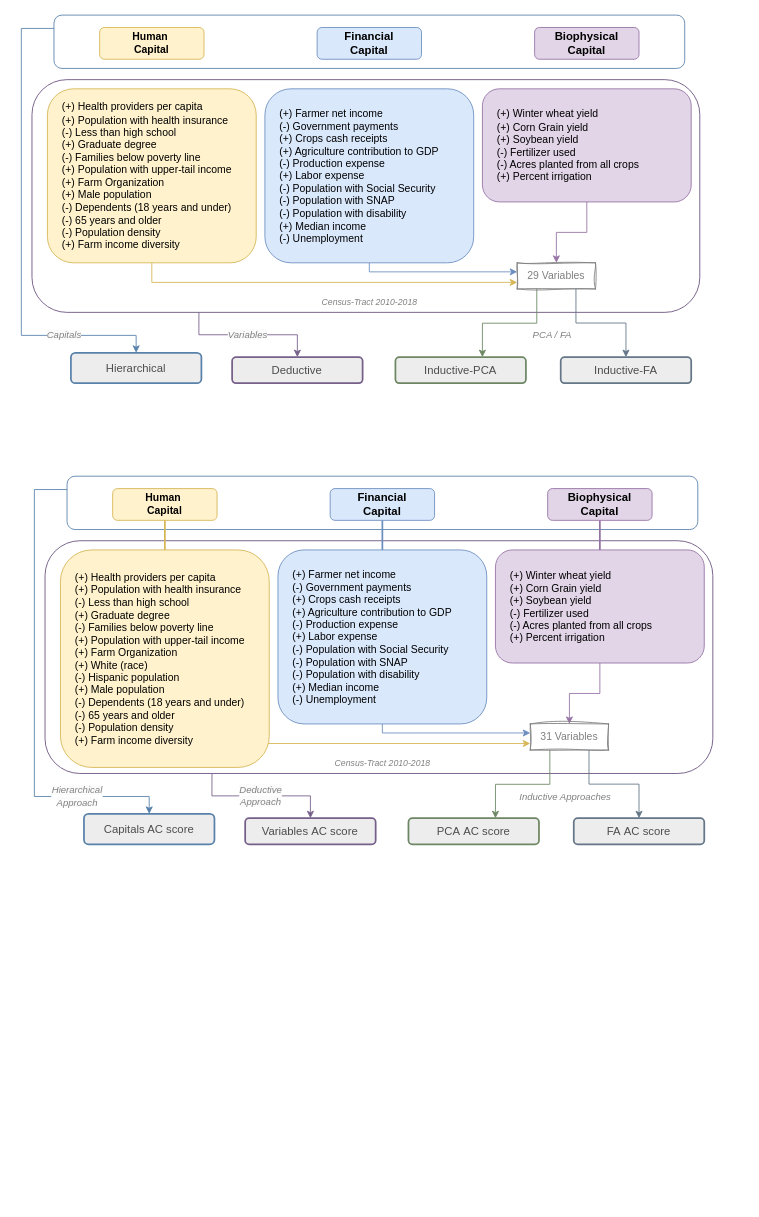
Before: ACIndicatorSelectionFrameworkSummer2024.drawio in dealchre/gradDrawio, a draw.io diagram. Source tidied: cells renumbered, new cells numbered last; positions are measured from the earlier drawing's top-left corner, leaving out a move shared by most shapes. Both pictures are drawn from the tidied source at 87%, with x=0, y=0 at pixel (21, -274).
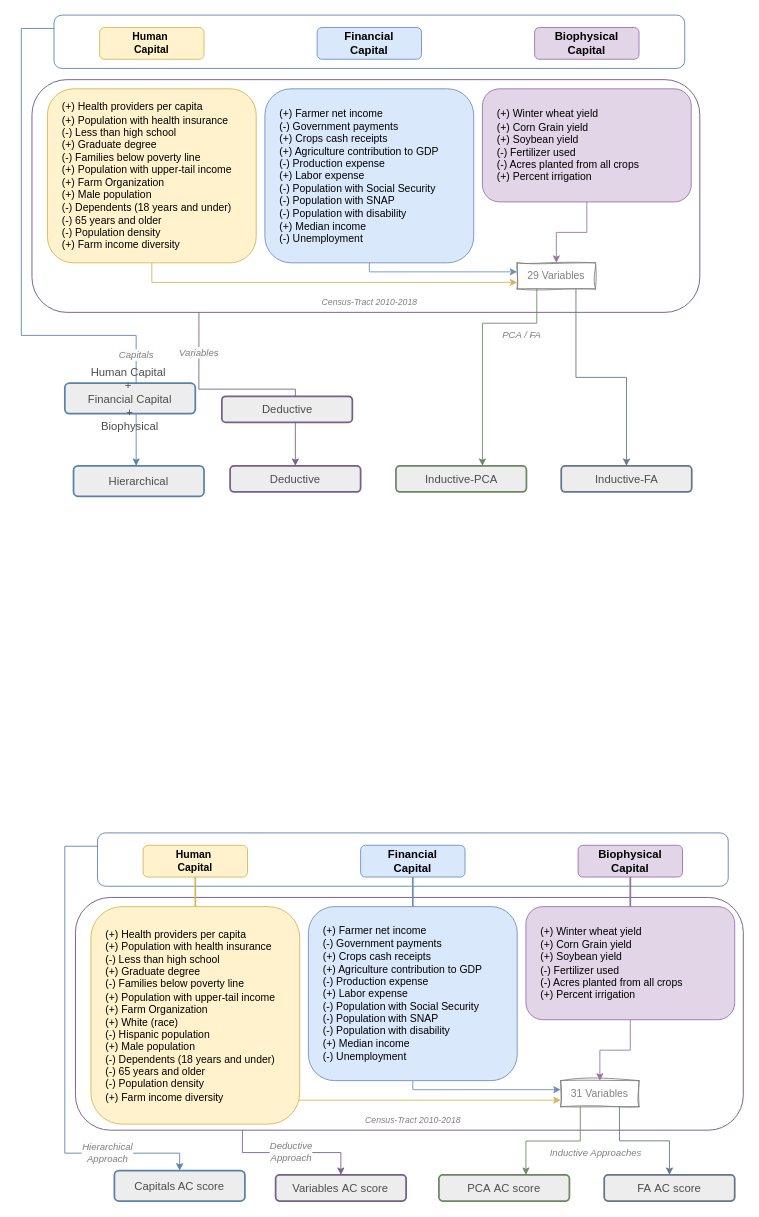
Above is the later version.

Unchanged cells that the change refers to:
```xml
<mxCell id="6" style="rounded=1;whiteSpace=wrap;html=1;fontSize=13;labelBorderColor=default;labelBackgroundColor=none;fillColor=none;strokeColor=#76608A;rotation=90;fontColor=#333333;strokeWidth=1.1;" parent="1" vertex="1">
  <mxGeometry x="262.3" y="156" width="267.5" height="767.6" as="geometry" />
</mxCell>
```

Change to the diagram source:
```diff
@@
     <mxCell id="2" value="&lt;font style=&quot;font-size: 13px;&quot;&gt;Hierarchical&lt;/font&gt;" style="text;html=1;strokeColor=#5982AB;fillColor=#EDEDED;align=center;verticalAlign=middle;whiteSpace=wrap;rounded=1;fontSize=12;fontColor=#4D4D4D;fontFamily=Helvetica;labelBorderColor=none;labelBackgroundColor=none;strokeWidth=2;" parent="1" vertex="1">
-      <mxGeometry x="57" y="720" width="150" height="35" as="geometry" />
+      <mxGeometry x="60" y="850" width="150" height="35" as="geometry" />
     </mxCell>
     <mxCell id="3" value="&lt;span style=&quot;font-size: 13px;&quot;&gt;Inductive-PCA&lt;/span&gt;" style="text;html=1;strokeColor=#6D8764;fillColor=#EDEDED;align=center;verticalAlign=middle;whiteSpace=wrap;rounded=1;glass=0;shadow=0;fontColor=#4D4D4D;strokeWidth=2;" parent="1" vertex="1">
-      <mxGeometry x="430" y="725" width="150" height="30" as="geometry" />
+      <mxGeometry x="430.6" y="850" width="150" height="30" as="geometry" />
     </mxCell>
     <mxCell id="4" value="&lt;span style=&quot;font-size: 13px;&quot;&gt;Inductive-FA&lt;/span&gt;" style="text;html=1;strokeColor=#647687;fillColor=#EDEDED;align=center;verticalAlign=middle;whiteSpace=wrap;rounded=1;glass=0;shadow=0;fontColor=#4D4D4D;strokeWidth=2;" parent="1" vertex="1">
-      <mxGeometry x="620" y="725" width="150" height="30" as="geometry" />
+      <mxGeometry x="620.6" y="850" width="150" height="30" as="geometry" />
     </mxCell>
     <mxCell id="5" value="&lt;span style=&quot;font-family: Helvetica; font-variant-ligatures: normal; font-variant-caps: normal; font-weight: 400; letter-spacing: normal; orphans: 2; text-align: center; text-indent: 0px; text-transform: none; widows: 2; word-spacing: 0px; -webkit-text-stroke-width: 0px; white-space: normal; background-color: rgb(251, 251, 251); text-decoration-thickness: initial; text-decoration-style: initial; text-decoration-color: initial; float: none; display: inline !important;&quot;&gt;&lt;font style=&quot;font-size: 11px;&quot;&gt;&lt;i&gt;Variables&lt;/i&gt;&lt;/font&gt;&lt;/span&gt;" style="edgeStyle=orthogonalEdgeStyle;rounded=0;jettySize=auto;html=1;exitX=1;exitY=0.75;exitDx=0;exitDy=0;entryX=0.5;entryY=0;entryDx=0;entryDy=0;strokeColor=#76608A;fontColor=#808080;" parent="1" edge="1" source="6" target="21">
-      <mxGeometry relative="1" as="geometry" />
+      <mxGeometry x="-0.68" relative="1" as="geometry" />
     </mxCell>
@@
     <mxCell id="21" value="&lt;font style=&quot;font-size: 13px;&quot;&gt;Deductive&lt;/font&gt;" style="text;html=1;strokeColor=#76608A;fillColor=#EDEDED;align=center;verticalAlign=middle;whiteSpace=wrap;rounded=1;fontSize=12;fontColor=#4D4D4D;strokeWidth=2;labelBorderColor=none;labelBackgroundColor=none;" parent="1" vertex="1">
-      <mxGeometry x="242.3" y="725" width="150" height="30" as="geometry" />
+      <mxGeometry x="240" y="850" width="150" height="30" as="geometry" />
     </mxCell>
@@
     <mxCell id="23" value="&lt;font style=&quot;font-size: 13px;&quot;&gt;Capitals AC score&lt;/font&gt;" style="text;html=1;strokeColor=#5982AB;fillColor=#EDEDED;align=center;verticalAlign=middle;whiteSpace=wrap;rounded=1;fontSize=12;fontColor=#4D4D4D;fontFamily=Helvetica;labelBorderColor=none;labelBackgroundColor=none;strokeWidth=2;" parent="1" vertex="1">
-      <mxGeometry x="72" y="1250" width="150" height="35" as="geometry" />
+      <mxGeometry x="107" y="1660" width="150" height="35" as="geometry" />
     </mxCell>
     <mxCell id="24" value="&lt;font style=&quot;font-size: 13px;&quot;&gt;&lt;font style=&quot;font-size: 13px;&quot;&gt;PCA&amp;nbsp;&lt;/font&gt;&lt;span style=&quot;&quot;&gt;AC score&lt;/span&gt;&lt;/font&gt;" style="text;html=1;strokeColor=#6D8764;fillColor=#EDEDED;align=center;verticalAlign=middle;whiteSpace=wrap;rounded=1;glass=0;shadow=0;fontColor=#4D4D4D;strokeWidth=2;" parent="1" vertex="1">
-      <mxGeometry x="445" y="1255" width="150" height="30" as="geometry" />
+      <mxGeometry x="480" y="1665" width="150" height="30" as="geometry" />
     </mxCell>
     <mxCell id="25" value="&lt;font style=&quot;font-size: 13px;&quot;&gt;&lt;font style=&quot;font-size: 13px;&quot;&gt;FA&amp;nbsp;&lt;/font&gt;&lt;span style=&quot;&quot;&gt;AC score&lt;/span&gt;&lt;/font&gt;" style="text;html=1;strokeColor=#647687;fillColor=#EDEDED;align=center;verticalAlign=middle;whiteSpace=wrap;rounded=1;glass=0;shadow=0;fontColor=#4D4D4D;strokeWidth=2;" parent="1" vertex="1">
-      <mxGeometry x="635" y="1255" width="150" height="30" as="geometry" />
+      <mxGeometry x="670" y="1665" width="150" height="30" as="geometry" />
     </mxCell>
@@
     <mxCell id="27" style="rounded=1;whiteSpace=wrap;html=1;fontSize=13;labelBorderColor=default;labelBackgroundColor=none;fillColor=none;strokeColor=#76608A;rotation=90;fontColor=#333333;strokeWidth=1.1;" parent="1" vertex="1">
-      <mxGeometry x="277.3" y="686" width="267.5" height="767.6" as="geometry" />
+      <mxGeometry x="312.3" y="1096" width="267.5" height="767.6" as="geometry" />
     </mxCell>
     <mxCell id="28" style="edgeStyle=orthogonalEdgeStyle;rounded=0;jettySize=auto;html=1;exitX=0.995;exitY=0.832;exitDx=0;exitDy=0;strokeColor=#d6b656;exitPerimeter=0;fillColor=#fff2cc;entryX=0;entryY=0.75;entryDx=0;entryDy=0;" parent="1" edge="1" target="43">
       <mxGeometry relative="1" as="geometry">
-        <mxPoint x="282.8" y="1162.8" as="sourcePoint" />
+        <mxPoint x="317.8" y="1572.8" as="sourcePoint" />
         <Array as="points">
-          <mxPoint x="274" y="1163.1" />
-          <mxPoint x="274" y="1169.1" />
+          <mxPoint x="309" y="1573.1" />
+          <mxPoint x="309" y="1579.1" />
         </Array>
       </mxGeometry>
     </mxCell>
     <mxCell id="29" value="&lt;div style=&quot;&quot;&gt;&lt;span style=&quot;background-color: initial;&quot;&gt;(+) Health providers per capita&lt;/span&gt;&lt;/div&gt;&lt;span style=&quot;background-color: initial;&quot;&gt;&lt;div style=&quot;&quot;&gt;&lt;span style=&quot;background-color: initial;&quot;&gt;(+) Population with health insurance&lt;/span&gt;&lt;/div&gt;&lt;/span&gt;&lt;span style=&quot;background-color: initial;&quot;&gt;&lt;div style=&quot;&quot;&gt;&lt;span style=&quot;background-color: initial;&quot;&gt;(-) Less than high school&lt;/span&gt;&lt;/div&gt;&lt;/span&gt;&lt;span style=&quot;background-color: initial;&quot;&gt;&lt;div style=&quot;&quot;&gt;&lt;span style=&quot;background-color: initial;&quot;&gt;(+) Graduate degree&lt;/span&gt;&lt;/div&gt;&lt;/span&gt;&lt;span style=&quot;background-color: initial;&quot;&gt;&lt;div style=&quot;&quot;&gt;&lt;span style=&quot;background-color: initial;&quot;&gt;(-) Families below poverty line&lt;/span&gt;&lt;/div&gt;&lt;/span&gt;&lt;span style=&quot;background-color: initial;&quot;&gt;&lt;div style=&quot;&quot;&gt;&lt;span style=&quot;background-color: initial;&quot;&gt;(+) Population with upper-tail income&lt;/span&gt;&lt;/div&gt;&lt;div style=&quot;&quot;&gt;(+) Farm Organization&lt;span style=&quot;background-color: initial;&quot;&gt;&lt;br&gt;&lt;/span&gt;&lt;/div&gt;&lt;/span&gt;&lt;span style=&quot;background-color: initial;&quot;&gt;&lt;div style=&quot;&quot;&gt;&lt;span style=&quot;background-color: initial;&quot;&gt;(+) White (race)&lt;/span&gt;&lt;/div&gt;&lt;/span&gt;&lt;span style=&quot;background-color: initial;&quot;&gt;&lt;div style=&quot;&quot;&gt;&lt;span style=&quot;background-color: initial;&quot;&gt;(-) Hispanic population&lt;/span&gt;&lt;/div&gt;&lt;/span&gt;&lt;span style=&quot;background-color: initial;&quot;&gt;&lt;div style=&quot;&quot;&gt;&lt;span style=&quot;background-color: initial;&quot;&gt;(+) Male population&lt;/span&gt;&lt;/div&gt;&lt;/span&gt;&lt;span style=&quot;background-color: initial;&quot;&gt;&lt;div style=&quot;&quot;&gt;&lt;span style=&quot;background-color: initial;&quot;&gt;(-) Dependents (18 years and under)&lt;/span&gt;&lt;/div&gt;&lt;/span&gt;&lt;span style=&quot;background-color: initial;&quot;&gt;&lt;div style=&quot;&quot;&gt;&lt;span style=&quot;background-color: initial;&quot;&gt;(-) 65 years and older&lt;/span&gt;&lt;/div&gt;&lt;/span&gt;&lt;span style=&quot;background-color: initial;&quot;&gt;&lt;div style=&quot;&quot;&gt;&lt;span style=&quot;background-color: initial;&quot;&gt;(-) Population density&lt;/span&gt;&lt;/div&gt;&lt;/span&gt;&lt;span style=&quot;background-color: initial;&quot;&gt;&lt;div style=&quot;&quot;&gt;&lt;span style=&quot;background-color: initial;&quot;&gt;(+) Farm income diversity&amp;nbsp;&lt;/span&gt;&lt;/div&gt;&lt;/span&gt;" style="whiteSpace=wrap;html=1;rounded=1;fillColor=#fff2cc;strokeColor=#d6b656;align=left;spacingLeft=15;" parent="1" vertex="1">
-      <mxGeometry x="45" y="946.6" width="240" height="250" as="geometry" />
+      <mxGeometry x="80" y="1356.6" width="240" height="250" as="geometry" />
     </mxCell>
     <mxCell id="30" style="edgeStyle=orthogonalEdgeStyle;rounded=0;jettySize=auto;html=1;entryX=0;entryY=0.346;entryDx=0;entryDy=0;strokeColor=#6c8ebf;exitX=0.5;exitY=1;exitDx=0;exitDy=0;fillColor=#dae8fc;entryPerimeter=0;" parent="1" edge="1" source="31" target="43">
       <mxGeometry relative="1" as="geometry">
         <Array as="points">
-          <mxPoint x="415" y="1156.1" />
-          <mxPoint x="585" y="1156.1" />
+          <mxPoint x="450" y="1566.1" />
+          <mxPoint x="620" y="1566.1" />
         </Array>
       </mxGeometry>
     </mxCell>
     <mxCell id="31" value="&lt;div style=&quot;&quot;&gt;&lt;span style=&quot;background-color: initial;&quot;&gt;(+) Farmer net income&lt;/span&gt;&lt;/div&gt;&lt;span style=&quot;background-color: initial;&quot;&gt;&lt;div style=&quot;&quot;&gt;&lt;span style=&quot;background-color: initial;&quot;&gt;(-) Government payments&lt;/span&gt;&lt;/div&gt;&lt;/span&gt;&lt;span style=&quot;background-color: initial;&quot;&gt;&lt;div style=&quot;&quot;&gt;&lt;span style=&quot;background-color: initial;&quot;&gt;(+) Crops cash receipts&lt;/span&gt;&lt;/div&gt;&lt;/span&gt;&lt;span style=&quot;background-color: initial;&quot;&gt;&lt;div style=&quot;&quot;&gt;&lt;span style=&quot;background-color: initial;&quot;&gt;(+) Agriculture contribution to GDP&lt;/span&gt;&lt;/div&gt;&lt;/span&gt;&lt;span style=&quot;background-color: initial;&quot;&gt;&lt;div style=&quot;&quot;&gt;&lt;span style=&quot;background-color: initial;&quot;&gt;(-) Production expense&lt;/span&gt;&lt;/div&gt;&lt;/span&gt;&lt;span style=&quot;background-color: initial;&quot;&gt;&lt;div style=&quot;&quot;&gt;&lt;span style=&quot;background-color: initial;&quot;&gt;(+) Labor expense&lt;/span&gt;&lt;/div&gt;&lt;/span&gt;&lt;span style=&quot;background-color: initial;&quot;&gt;&lt;div style=&quot;&quot;&gt;&lt;span style=&quot;background-color: initial;&quot;&gt;(-) Population with Social Security&lt;/span&gt;&lt;/div&gt;&lt;/span&gt;&lt;span style=&quot;background-color: initial;&quot;&gt;&lt;div style=&quot;&quot;&gt;&lt;span style=&quot;background-color: initial;&quot;&gt;(-) Population with SNAP&lt;/span&gt;&lt;/div&gt;&lt;/span&gt;&lt;span style=&quot;background-color: initial;&quot;&gt;&lt;div style=&quot;&quot;&gt;&lt;span style=&quot;background-color: initial;&quot;&gt;(-) Population with disability&lt;/span&gt;&lt;/div&gt;&lt;/span&gt;&lt;span style=&quot;background-color: initial;&quot;&gt;&lt;div style=&quot;&quot;&gt;&lt;span style=&quot;background-color: initial;&quot;&gt;(+) Median income&lt;/span&gt;&lt;/div&gt;&lt;/span&gt;&lt;span style=&quot;background-color: initial;&quot;&gt;&lt;div style=&quot;&quot;&gt;&lt;span style=&quot;background-color: initial;&quot;&gt;(-) Unemployment&lt;/span&gt;&lt;/div&gt;&lt;/span&gt;" style="whiteSpace=wrap;html=1;rounded=1;fillColor=#dae8fc;strokeColor=#6c8ebf;align=left;spacingLeft=15;" parent="1" vertex="1">
-      <mxGeometry x="295" y="946.6" width="240" height="200" as="geometry" />
+      <mxGeometry x="330" y="1356.6" width="240" height="200" as="geometry" />
     </mxCell>
     <mxCell id="32" value="&lt;i style=&quot;forced-color-adjust: none; font-family: Helvetica; font-variant-ligatures: normal; font-variant-caps: normal; font-weight: 400; letter-spacing: normal; orphans: 2; text-align: center; text-indent: 0px; text-transform: none; widows: 2; word-spacing: 0px; -webkit-text-stroke-width: 0px; white-space: normal; background-color: rgb(251, 251, 251); text-decoration-thickness: initial; text-decoration-style: initial; text-decoration-color: initial;&quot;&gt;Hierarchical Approach&lt;/i&gt;" style="edgeStyle=orthogonalEdgeStyle;rounded=0;jettySize=auto;html=1;exitX=0.25;exitY=1;exitDx=0;exitDy=0;strokeColor=#5982AB;fontColor=#808080;" parent="1" edge="1" source="33" target="23">
       <mxGeometry x="0.62" relative="1" as="geometry">
         <Array as="points">
-          <mxPoint x="15" y="877" />
-          <mxPoint x="15" y="1230" />
-          <mxPoint x="147" y="1230" />
+          <mxPoint x="50" y="1287" />
+          <mxPoint x="50" y="1640" />
+          <mxPoint x="182" y="1640" />
         </Array>
       </mxGeometry>
     </mxCell>
     <mxCell id="33" style="rounded=1;whiteSpace=wrap;html=1;labelBackgroundColor=none;labelBorderColor=default;strokeColor=#5982AB;fontSize=13;fillColor=none;gradientColor=default;rotation=90;" parent="1" vertex="1">
-      <mxGeometry x="384.4" y="530" width="61.3" height="725" as="geometry" />
+      <mxGeometry x="419.4" y="940" width="61.3" height="725" as="geometry" />
     </mxCell>
@@
     <mxCell id="35" value="&lt;div style=&quot;&quot;&gt;&lt;span style=&quot;background-color: initial;&quot;&gt;(+) Winter wheat yield&lt;/span&gt;&lt;/div&gt;&lt;span style=&quot;background-color: initial;&quot;&gt;&lt;div style=&quot;&quot;&gt;&lt;span style=&quot;background-color: initial;&quot;&gt;(+) Corn Grain yield&lt;/span&gt;&lt;/div&gt;&lt;/span&gt;&lt;span style=&quot;background-color: initial;&quot;&gt;&lt;div style=&quot;&quot;&gt;&lt;span style=&quot;background-color: initial;&quot;&gt;(+) Soybean yield&lt;/span&gt;&lt;/div&gt;&lt;/span&gt;&lt;span style=&quot;background-color: initial;&quot;&gt;&lt;div style=&quot;&quot;&gt;&lt;span style=&quot;background-color: initial;&quot;&gt;(-) Fertilizer used&lt;/span&gt;&lt;/div&gt;&lt;/span&gt;&lt;span style=&quot;background-color: initial;&quot;&gt;&lt;div style=&quot;&quot;&gt;&lt;span style=&quot;background-color: initial;&quot;&gt;(-) Acres planted from all crops&lt;/span&gt;&lt;/div&gt;&lt;/span&gt;&lt;span style=&quot;background-color: initial;&quot;&gt;&lt;div style=&quot;&quot;&gt;&lt;span style=&quot;background-color: initial;&quot;&gt;(+) Percent irrigation&lt;/span&gt;&lt;/div&gt;&lt;/span&gt;" style="html=1;rounded=1;fillColor=#e1d5e7;strokeColor=#9673a6;align=left;horizontal=1;whiteSpace=wrap;spacingLeft=15;" parent="1" vertex="1">
-      <mxGeometry x="545" y="946.6" width="240" height="130" as="geometry" />
+      <mxGeometry x="580" y="1356.6" width="240" height="130" as="geometry" />
     </mxCell>
@@
     <mxCell id="37" value="&lt;b&gt;Human&amp;nbsp;&lt;/b&gt;&lt;div&gt;&lt;b&gt;Capital&lt;/b&gt;&lt;/div&gt;" style="whiteSpace=wrap;html=1;fillColor=#fff2cc;strokeColor=#d6b656;rounded=1;" parent="1" vertex="1">
-      <mxGeometry x="105" y="876.1" width="120" height="36.5" as="geometry" />
+      <mxGeometry x="140" y="1286.1" width="120" height="36.5" as="geometry" />
     </mxCell>
@@
     <mxCell id="39" value="&lt;b&gt;&lt;font style=&quot;font-size: 13px;&quot;&gt;Financial&lt;/font&gt;&lt;/b&gt;&lt;div&gt;&lt;b&gt;&lt;font style=&quot;font-size: 13px;&quot;&gt;Capital&lt;/font&gt;&lt;/b&gt;&lt;/div&gt;" style="whiteSpace=wrap;html=1;fillColor=#dae8fc;strokeColor=#6c8ebf;rounded=1;" parent="1" vertex="1">
-      <mxGeometry x="355" y="876.1" width="120" height="36.5" as="geometry" />
+      <mxGeometry x="390" y="1286.1" width="120" height="36.5" as="geometry" />
     </mxCell>
@@
     <mxCell id="41" value="&lt;b&gt;Biophysical Capital&lt;/b&gt;" style="whiteSpace=wrap;html=1;fillColor=#e1d5e7;strokeColor=#9673a6;rounded=1;fontSize=13;" parent="1" vertex="1">
-      <mxGeometry x="605" y="876.1" width="120" height="36.5" as="geometry" />
+      <mxGeometry x="640" y="1286.1" width="120" height="36.5" as="geometry" />
     </mxCell>
     <mxCell id="42" value="&lt;i&gt;Inductive Approaches&lt;/i&gt;" style="edgeStyle=orthogonalEdgeStyle;rounded=0;jettySize=auto;html=1;exitX=0.25;exitY=1;exitDx=0;exitDy=0;fontColor=#808080;strokeColor=#6D8764;" parent="1" edge="1" source="43" target="24">
       <mxGeometry x="-0.44" y="22" relative="1" as="geometry">
         <Array as="points">
-          <mxPoint x="608" y="1216" />
-          <mxPoint x="545" y="1216" />
+          <mxPoint x="643" y="1626" />
+          <mxPoint x="580" y="1626" />
         </Array>
         <mxPoint x="17" y="-8" as="offset" />
       </mxGeometry>
     </mxCell>
     <mxCell id="43" value="&lt;font color=&quot;#808080&quot;&gt;31 Variables&lt;/font&gt;" style="text;html=1;strokeColor=#808080;fillColor=none;align=center;verticalAlign=middle;whiteSpace=wrap;rounded=0;glass=0;sketch=1;curveFitting=1;jiggle=2;shadow=0;" parent="1" vertex="1">
-      <mxGeometry x="585" y="1146.6" width="90" height="30" as="geometry" />
+      <mxGeometry x="620" y="1556.6" width="90" height="30" as="geometry" />
     </mxCell>
     <mxCell id="44" value="&lt;font style=&quot;font-size: 10px;&quot; color=&quot;#808080&quot;&gt;Census-Tract 2010-2018&lt;/font&gt;" style="text;html=1;strokeColor=none;fillColor=none;align=center;verticalAlign=middle;whiteSpace=wrap;rounded=0;glass=0;sketch=1;curveFitting=1;jiggle=2;shadow=0;fontStyle=2;fontSize=10;" parent="1" vertex="1">
-      <mxGeometry x="345.5" y="1176.6" width="139" height="30" as="geometry" />
+      <mxGeometry x="380.5" y="1586.6" width="139" height="30" as="geometry" />
     </mxCell>
     <mxCell id="45" value="&lt;font style=&quot;font-size: 13px;&quot;&gt;Variables&amp;nbsp;AC score&lt;/font&gt;" style="text;html=1;strokeColor=#76608A;fillColor=#EDEDED;align=center;verticalAlign=middle;whiteSpace=wrap;rounded=1;fontSize=12;fontColor=#4D4D4D;strokeWidth=2;labelBorderColor=none;labelBackgroundColor=none;" parent="1" vertex="1">
-      <mxGeometry x="257.3" y="1255" width="150" height="30" as="geometry" />
+      <mxGeometry x="292.3" y="1665" width="150" height="30" as="geometry" />
     </mxCell>
@@
+    <mxCell id="47" value="&lt;font style=&quot;font-size: 13px;&quot;&gt;Human Capital&amp;nbsp;&lt;/font&gt;&lt;div&gt;&lt;font style=&quot;font-size: 13px;&quot;&gt;+&amp;nbsp;&lt;/font&gt;&lt;/div&gt;&lt;div&gt;&lt;font style=&quot;font-size: 13px;&quot;&gt;Financial Capital&lt;/font&gt;&lt;/div&gt;&lt;div&gt;&lt;font style=&quot;font-size: 13px;&quot;&gt;+&lt;/font&gt;&lt;/div&gt;&lt;div&gt;&lt;font style=&quot;font-size: 13px;&quot;&gt;Biophysical&lt;/font&gt;&lt;/div&gt;" style="text;html=1;strokeColor=#5982AB;fillColor=#EDEDED;align=center;verticalAlign=middle;whiteSpace=wrap;rounded=1;fontSize=12;fontColor=#4D4D4D;fontFamily=Helvetica;labelBorderColor=none;labelBackgroundColor=none;strokeWidth=2;" parent="1" vertex="1">
+      <mxGeometry x="50" y="755" width="150" height="35" as="geometry" />
+    </mxCell>
+    <mxCell id="48" value="&lt;font style=&quot;font-size: 13px;&quot;&gt;Deductive&lt;/font&gt;" style="text;html=1;strokeColor=#76608A;fillColor=#EDEDED;align=center;verticalAlign=middle;whiteSpace=wrap;rounded=1;fontSize=12;fontColor=#4D4D4D;strokeWidth=2;labelBorderColor=none;labelBackgroundColor=none;" parent="1" vertex="1">
+      <mxGeometry x="230.5" y="770" width="150" height="30" as="geometry" />
+    </mxCell>
```
